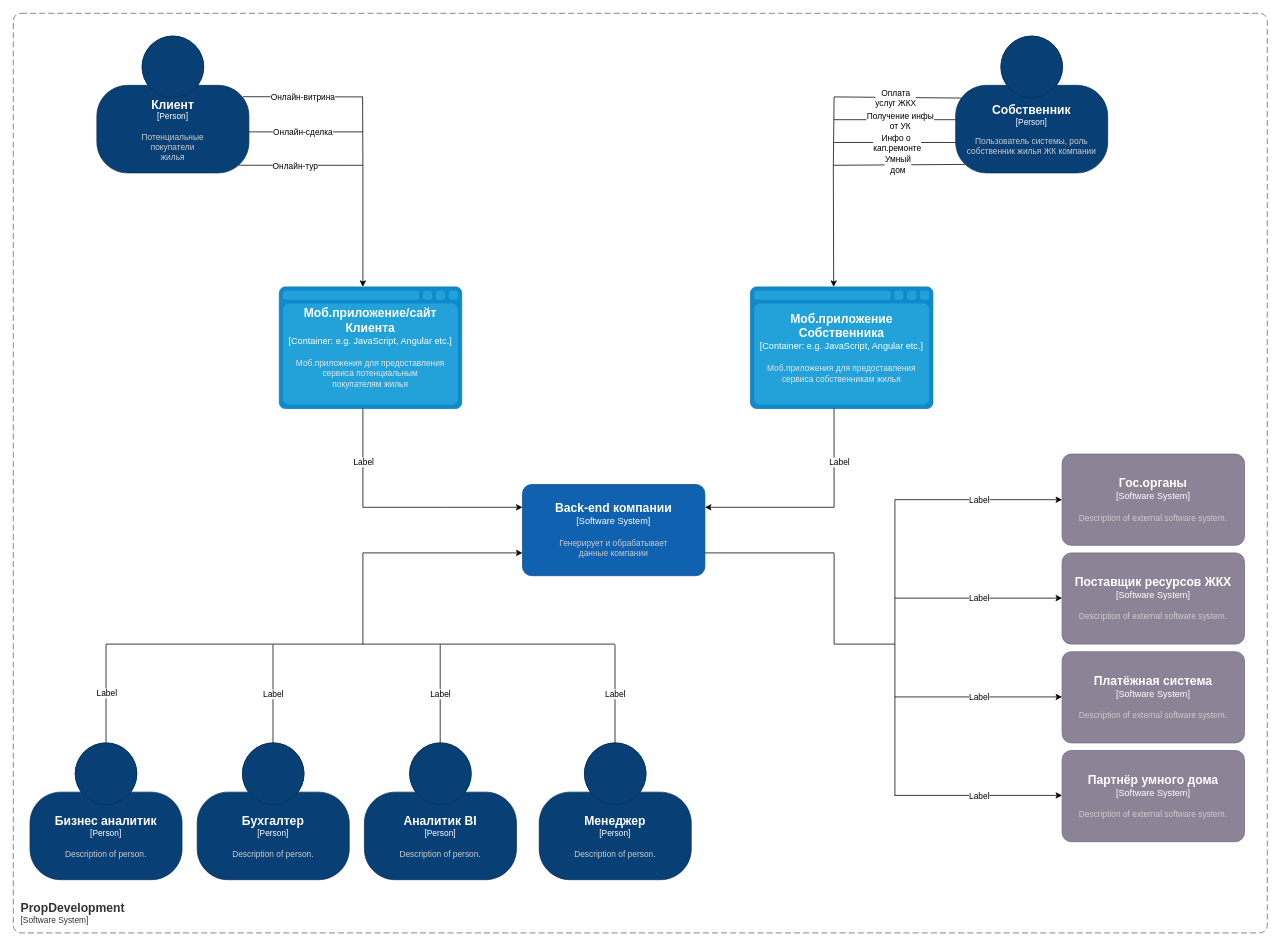
Earlier version of the draw.io diagram Task3/C4_context.drawio (baidinvladislav/architecture-sprint-7). Source tidied: cells renumbered, new cells numbered last; positions are measured from the earlier drawing's top-left corner, leaving out a move shared by most shapes. Both pictures are drawn from the tidied source at 76%, with x=0, y=0 at pixel (13, 13).
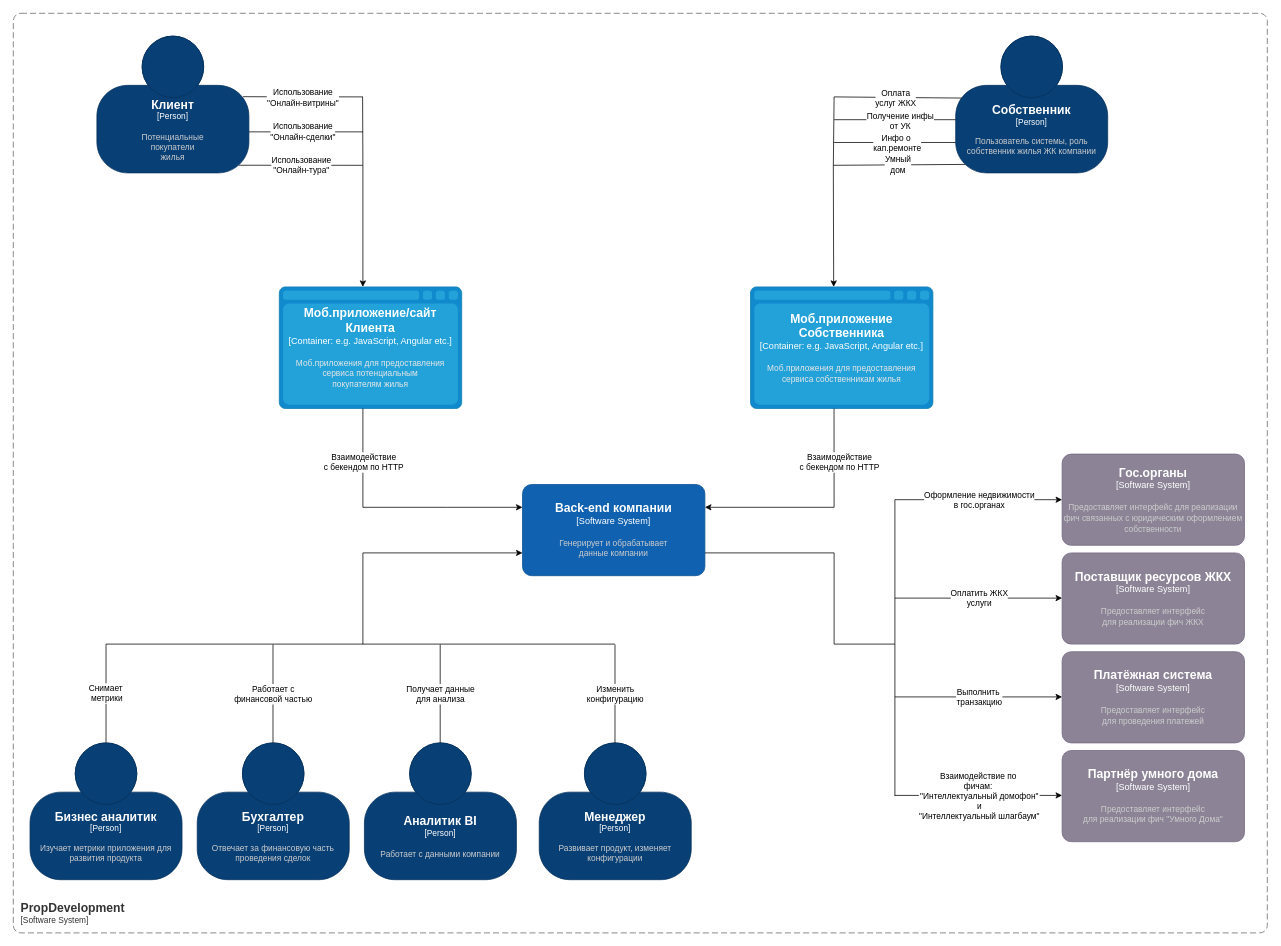
The same diagram, later.

Unchanged cells that the change refers to:
```xml
<mxCell id="33" style="endArrow=classic;html=1;rounded=0;entryX=1;entryY=0.25;entryDx=0;entryDy=0;entryPerimeter=0;exitX=0.458;exitY=1;exitDx=0;exitDy=0;exitPerimeter=0;" parent="1" edge="1" source="10" target="8">
  <mxGeometry relative="1" as="geometry">
    <Array as="points">
      <mxPoint x="1080" y="650" />
    </Array>
  </mxGeometry>
</mxCell>
<mxCell id="35" style="endArrow=classic;html=1;rounded=0;" parent="1" edge="1">
  <mxGeometry relative="1" as="geometry">
    <mxPoint x="460" y="520" as="sourcePoint" />
    <mxPoint x="670" y="650" as="targetPoint" />
    <Array as="points">
      <mxPoint x="460" y="650" />
      <mxPoint x="570" y="650" />
    </Array>
  </mxGeometry>
</mxCell>
<mxCell id="39" style="endArrow=classic;html=1;rounded=0;entryX=0;entryY=0.5;entryDx=0;entryDy=0;entryPerimeter=0;" parent="1" edge="1" target="11">
  <mxGeometry relative="1" as="geometry">
    <mxPoint x="1160" y="640" as="sourcePoint" />
  </mxGeometry>
</mxCell>
<mxCell id="41" style="endArrow=classic;html=1;rounded=0;entryX=0;entryY=0.5;entryDx=0;entryDy=0;entryPerimeter=0;" parent="1" edge="1">
  <mxGeometry relative="1" as="geometry">
    <mxPoint x="1160" y="1029.1" as="sourcePoint" />
    <mxPoint x="1380" y="1029.1" as="targetPoint" />
  </mxGeometry>
</mxCell>
<mxCell id="43" style="endArrow=classic;html=1;rounded=0;entryX=0;entryY=0.5;entryDx=0;entryDy=0;entryPerimeter=0;" parent="1" edge="1">
  <mxGeometry relative="1" as="geometry">
    <mxPoint x="1160" y="899.5" as="sourcePoint" />
    <mxPoint x="1380" y="899.5" as="targetPoint" />
  </mxGeometry>
</mxCell>
<mxCell id="45" style="endArrow=classic;html=1;rounded=0;entryX=0;entryY=0.5;entryDx=0;entryDy=0;entryPerimeter=0;" parent="1" edge="1">
  <mxGeometry relative="1" as="geometry">
    <mxPoint x="1160" y="769.5" as="sourcePoint" />
    <mxPoint x="1380" y="769.5" as="targetPoint" />
  </mxGeometry>
</mxCell>
<mxCell id="48" style="endArrow=none;html=1;rounded=0;startFill=0;" parent="1" edge="1">
  <mxGeometry relative="1" as="geometry">
    <mxPoint x="122" y="959.4" as="sourcePoint" />
    <mxPoint x="122" y="830" as="targetPoint" />
  </mxGeometry>
</mxCell>
<mxCell id="50" style="endArrow=none;html=1;rounded=0;startFill=0;" parent="1" edge="1">
  <mxGeometry relative="1" as="geometry">
    <mxPoint x="341.7" y="960" as="sourcePoint" />
    <mxPoint x="341.7" y="830.6" as="targetPoint" />
  </mxGeometry>
</mxCell>
<mxCell id="52" style="endArrow=none;html=1;rounded=0;startFill=0;" parent="1" edge="1">
  <mxGeometry relative="1" as="geometry">
    <mxPoint x="561.7" y="960" as="sourcePoint" />
    <mxPoint x="561.7" y="830.6" as="targetPoint" />
  </mxGeometry>
</mxCell>
<mxCell id="54" style="endArrow=none;html=1;rounded=0;startFill=0;" parent="1" edge="1">
  <mxGeometry relative="1" as="geometry">
    <mxPoint x="791.7" y="960" as="sourcePoint" />
    <mxPoint x="791.7" y="830.6" as="targetPoint" />
  </mxGeometry>
</mxCell>
```

What changed in the source:
```diff
@@
-    <object id="2" label="&lt;font style=&quot;font-size: 16px&quot;&gt;&lt;b&gt;%c4Name%&lt;/b&gt;&lt;/font&gt;&lt;div&gt;[%c4Type%]&lt;/div&gt;&lt;br&gt;&lt;div&gt;&lt;font style=&quot;font-size: 11px&quot;&gt;&lt;font color=&quot;#cccccc&quot;&gt;%c4Description%&lt;/font&gt;&lt;/div&gt;" c4Description="Description of person." c4Name="Бизнес аналитик" c4Type="Person" placeholders="1">
+    <object id="2" label="&lt;font style=&quot;font-size: 16px&quot;&gt;&lt;b&gt;%c4Name%&lt;/b&gt;&lt;/font&gt;&lt;div&gt;[%c4Type%]&lt;/div&gt;&lt;br&gt;&lt;div&gt;&lt;font style=&quot;font-size: 11px&quot;&gt;&lt;font color=&quot;#cccccc&quot;&gt;%c4Description%&lt;/font&gt;&lt;/div&gt;" c4Description="Изучает метрики приложения для развития продукта" c4Name="Бизнес аналитик" c4Type="Person" placeholders="1">
       <mxCell style="html=1;fontSize=11;dashed=0;whiteSpace=wrap;fillColor=#083F75;strokeColor=#06315C;fontColor=#ffffff;shape=mxgraph.c4.person2;align=center;" parent="1" vertex="1">
         <mxGeometry x="22" y="960" width="200" height="180" as="geometry" />
       </mxCell>
     </object>
-    <object id="3" label="&lt;font style=&quot;font-size: 16px&quot;&gt;&lt;b&gt;%c4Name%&lt;/b&gt;&lt;/font&gt;&lt;div&gt;[%c4Type%]&lt;/div&gt;&lt;br&gt;&lt;div&gt;&lt;font style=&quot;font-size: 11px&quot;&gt;&lt;font color=&quot;#cccccc&quot;&gt;%c4Description%&lt;/font&gt;&lt;/div&gt;" c4Description="Description of person." c4Name="Бухгалтер" c4Type="Person" placeholders="1">
+    <object id="3" label="&lt;font style=&quot;font-size: 16px&quot;&gt;&lt;b&gt;%c4Name%&lt;/b&gt;&lt;/font&gt;&lt;div&gt;[%c4Type%]&lt;/div&gt;&lt;br&gt;&lt;div&gt;&lt;font style=&quot;font-size: 11px&quot;&gt;&lt;font color=&quot;#cccccc&quot;&gt;%c4Description%&lt;/font&gt;&lt;/div&gt;" c4Description="Отвечает за финансовую часть проведения сделок" c4Name="Бухгалтер" c4Type="Person" placeholders="1">
       <mxCell style="html=1;fontSize=11;dashed=0;whiteSpace=wrap;fillColor=#083F75;strokeColor=#06315C;fontColor=#ffffff;shape=mxgraph.c4.person2;align=center;" parent="1" vertex="1">
         <mxGeometry x="242" y="960" width="200" height="180" as="geometry" />
       </mxCell>
     </object>
-    <object id="4" label="&lt;font style=&quot;font-size: 16px&quot;&gt;&lt;b&gt;%c4Name%&lt;/b&gt;&lt;/font&gt;&lt;div&gt;[%c4Type%]&lt;/div&gt;&lt;br&gt;&lt;div&gt;&lt;font style=&quot;font-size: 11px&quot;&gt;&lt;font color=&quot;#cccccc&quot;&gt;%c4Description%&lt;/font&gt;&lt;/div&gt;" c4Description="Description of person." c4Name="Аналитик BI" c4Type="Person" placeholders="1">
+    <object id="4" label="&lt;font style=&quot;font-size: 16px&quot;&gt;&lt;b&gt;%c4Name%&lt;/b&gt;&lt;/font&gt;&lt;div&gt;[%c4Type%]&lt;/div&gt;&lt;br&gt;&lt;div&gt;&lt;font style=&quot;font-size: 11px&quot;&gt;&lt;font color=&quot;#cccccc&quot;&gt;%c4Description%&lt;/font&gt;&lt;/div&gt;" c4Description="Работает с данными компании" c4Name="Аналитик BI" c4Type="Person" placeholders="1">
       <mxCell style="html=1;fontSize=11;dashed=0;whiteSpace=wrap;fillColor=#083F75;strokeColor=#06315C;fontColor=#ffffff;shape=mxgraph.c4.person2;align=center;" parent="1" vertex="1">
         <mxGeometry x="462" y="960" width="200" height="180" as="geometry" />
       </mxCell>
     </object>
-    <object id="5" label="&lt;font style=&quot;font-size: 16px&quot;&gt;&lt;b&gt;%c4Name%&lt;/b&gt;&lt;/font&gt;&lt;div&gt;[%c4Type%]&lt;/div&gt;&lt;br&gt;&lt;div&gt;&lt;font style=&quot;font-size: 11px&quot;&gt;&lt;font color=&quot;#cccccc&quot;&gt;%c4Description%&lt;/font&gt;&lt;/div&gt;" c4Description="Description of person." c4Name="Менеджер" c4Type="Person" placeholders="1">
+    <object id="5" label="&lt;font style=&quot;font-size: 16px&quot;&gt;&lt;b&gt;%c4Name%&lt;/b&gt;&lt;/font&gt;&lt;div&gt;[%c4Type%]&lt;/div&gt;&lt;br&gt;&lt;div&gt;&lt;font style=&quot;font-size: 11px&quot;&gt;&lt;font color=&quot;#cccccc&quot;&gt;%c4Description%&lt;/font&gt;&lt;/div&gt;" c4Description="Развивает продукт, изменяет конфигурации" c4Name="Менеджер" c4Type="Person" placeholders="1">
       <mxCell style="html=1;fontSize=11;dashed=0;whiteSpace=wrap;fillColor=#083F75;strokeColor=#06315C;fontColor=#ffffff;shape=mxgraph.c4.person2;align=center;" parent="1" vertex="1">
         <mxGeometry x="692" y="960" width="200" height="180" as="geometry" />
       </mxCell>
     </object>
@@
-    <object id="11" label="&lt;font style=&quot;font-size: 16px&quot;&gt;&lt;b&gt;%c4Name%&lt;/b&gt;&lt;/font&gt;&lt;div&gt;[%c4Type%]&lt;/div&gt;&lt;br&gt;&lt;div&gt;&lt;font style=&quot;font-size: 11px&quot;&gt;&lt;font color=&quot;#cccccc&quot;&gt;%c4Description%&lt;/font&gt;&lt;/div&gt;" c4Description="Description of external software system." c4Name="Гос.органы" c4Type="Software System" placeholders="1">
+    <object id="11" label="&lt;font style=&quot;font-size: 16px&quot;&gt;&lt;b&gt;%c4Name%&lt;/b&gt;&lt;/font&gt;&lt;div&gt;[%c4Type%]&lt;/div&gt;&lt;br&gt;&lt;div&gt;&lt;font style=&quot;font-size: 11px&quot;&gt;&lt;font color=&quot;#cccccc&quot;&gt;%c4Description%&lt;/font&gt;&lt;/div&gt;" c4Description="Предоставляет интерфейс для реализации фич связанных с юридическим оформлением собственности " c4Name="Гос.органы" c4Type="Software System" placeholders="1">
       <mxCell style="rounded=1;whiteSpace=wrap;html=1;labelBackgroundColor=none;fillColor=#8C8496;fontColor=#ffffff;align=center;arcSize=10;strokeColor=#736782;points=[[0.25,0,0],[0.5,0,0],[0.75,0,0],[1,0.25,0],[1,0.5,0],[1,0.75,0],[0.75,1,0],[0.5,1,0],[0.25,1,0],[0,0.75,0],[0,0.5,0],[0,0.25,0]];" parent="1" vertex="1">
         <mxGeometry x="1380" y="580" width="240" height="120" as="geometry" />
       </mxCell>
     </object>
-    <object id="12" label="&lt;font style=&quot;font-size: 16px&quot;&gt;&lt;b&gt;%c4Name%&lt;/b&gt;&lt;/font&gt;&lt;div&gt;[%c4Type%]&lt;/div&gt;&lt;br&gt;&lt;div&gt;&lt;font style=&quot;font-size: 11px&quot;&gt;&lt;font color=&quot;#cccccc&quot;&gt;%c4Description%&lt;/font&gt;&lt;/div&gt;" c4Description="Description of external software system." c4Name="Поставщик ресурсов ЖКХ" c4Type="Software System" placeholders="1">
+    <object id="12" label="&lt;font style=&quot;font-size: 16px&quot;&gt;&lt;b&gt;%c4Name%&lt;/b&gt;&lt;/font&gt;&lt;div&gt;[%c4Type%]&lt;/div&gt;&lt;br&gt;&lt;div&gt;&lt;font style=&quot;font-size: 11px&quot;&gt;&lt;font color=&quot;#cccccc&quot;&gt;%c4Description%&lt;/font&gt;&lt;/div&gt;" c4Description="Предоставляет интерфейс &#10;для реализации фич ЖКХ" c4Name="Поставщик ресурсов ЖКХ" c4Type="Software System" placeholders="1">
       <mxCell style="rounded=1;whiteSpace=wrap;html=1;labelBackgroundColor=none;fillColor=#8C8496;fontColor=#ffffff;align=center;arcSize=10;strokeColor=#736782;" parent="1" vertex="1">
         <mxGeometry x="1380" y="710" width="240" height="120" as="geometry" />
       </mxCell>
     </object>
-    <object id="13" label="&lt;font style=&quot;font-size: 16px&quot;&gt;&lt;b&gt;%c4Name%&lt;/b&gt;&lt;/font&gt;&lt;div&gt;[%c4Type%]&lt;/div&gt;&lt;br&gt;&lt;div&gt;&lt;font style=&quot;font-size: 11px&quot;&gt;&lt;font color=&quot;#cccccc&quot;&gt;%c4Description%&lt;/font&gt;&lt;/div&gt;" c4Description="Description of external software system." c4Name="Платёжная система" c4Type="Software System" placeholders="1">
+    <object id="13" label="&lt;font style=&quot;font-size: 16px&quot;&gt;&lt;b&gt;%c4Name%&lt;/b&gt;&lt;/font&gt;&lt;div&gt;[%c4Type%]&lt;/div&gt;&lt;br&gt;&lt;div&gt;&lt;font style=&quot;font-size: 11px&quot;&gt;&lt;font color=&quot;#cccccc&quot;&gt;%c4Description%&lt;/font&gt;&lt;/div&gt;" c4Description="Предоставляет интерфейс &#10;для проведения платежей" c4Name="Платёжная система" c4Type="Software System" placeholders="1">
       <mxCell style="rounded=1;whiteSpace=wrap;html=1;labelBackgroundColor=none;fillColor=#8C8496;fontColor=#ffffff;align=center;arcSize=10;strokeColor=#736782;" parent="1" vertex="1">
         <mxGeometry x="1380" y="840" width="240" height="120" as="geometry" />
       </mxCell>
     </object>
-    <object id="14" label="&lt;font style=&quot;font-size: 16px&quot;&gt;&lt;b&gt;%c4Name%&lt;/b&gt;&lt;/font&gt;&lt;div&gt;[%c4Type%]&lt;/div&gt;&lt;br&gt;&lt;div&gt;&lt;font style=&quot;font-size: 11px&quot;&gt;&lt;font color=&quot;#cccccc&quot;&gt;%c4Description%&lt;/font&gt;&lt;/div&gt;" c4Description="Description of external software system." c4Name="Партнёр умного дома" c4Type="Software System" placeholders="1">
+    <object id="14" label="&lt;font style=&quot;font-size: 16px&quot;&gt;&lt;b&gt;%c4Name%&lt;/b&gt;&lt;/font&gt;&lt;div&gt;[%c4Type%]&lt;/div&gt;&lt;br&gt;&lt;div&gt;&lt;font style=&quot;font-size: 11px&quot;&gt;&lt;font color=&quot;#cccccc&quot;&gt;%c4Description%&lt;/font&gt;&lt;/div&gt;" c4Description="Предоставляет интерфейс &#10;для реализации фич &quot;Умного Дома&quot;" c4Name="Партнёр умного дома" c4Type="Software System" placeholders="1">
       <mxCell style="rounded=1;whiteSpace=wrap;html=1;labelBackgroundColor=none;fillColor=#8C8496;fontColor=#ffffff;align=center;arcSize=10;strokeColor=#736782;" parent="1" vertex="1">
         <mxGeometry x="1380" y="970" width="240" height="120" as="geometry" />
       </mxCell>
     </object>
@@
-    <mxCell id="20" value="Онлайн-сделка" style="edgeLabel;html=1;align=center;verticalAlign=middle;" parent="1" vertex="1">
+    <mxCell id="20" value="Использование&lt;br&gt;&quot;Онлайн-сделки&quot;" style="edgeLabel;html=1;align=center;verticalAlign=middle;" parent="1" vertex="1">
       <mxGeometry x="380" y="155" as="geometry" />
     </mxCell>
-    <mxCell id="21" value="Онлайн-тур" style="edgeLabel;html=1;align=center;verticalAlign=middle;" parent="1" vertex="1">
-      <mxGeometry x="370" y="200" as="geometry" />
+    <mxCell id="21" value="Использование&lt;br&gt;&quot;Онлайн-тура&quot;" style="edgeLabel;html=1;align=center;verticalAlign=middle;" parent="1" vertex="1">
+      <mxGeometry x="370" y="200" as="geometry">
+        <mxPoint x="8" y="-1" as="offset" />
+      </mxGeometry>
     </mxCell>
-    <mxCell id="22" value="Онлайн-витрина" style="edgeLabel;html=1;align=center;verticalAlign=middle;" parent="1" vertex="1">
+    <mxCell id="22" value="Использование&lt;br&gt;&quot;Онлайн-витрины&quot;" style="edgeLabel;html=1;align=center;verticalAlign=middle;" parent="1" vertex="1">
       <mxGeometry x="380" y="110" as="geometry" />
     </mxCell>
@@
-    <mxCell id="34" value="Label" style="edgeLabel;html=1;align=center;verticalAlign=middle;" parent="33" vertex="1">
+    <mxCell id="34" value="Взаимодействие&lt;br&gt;с бекендом по HTTP" style="edgeLabel;html=1;align=center;verticalAlign=middle;" parent="33" vertex="1">
       <mxGeometry relative="1" as="geometry">
         <mxPoint x="26" y="-60" as="offset" />
       </mxGeometry>
     </mxCell>
@@
-    <mxCell id="36" value="Label" style="edgeLabel;html=1;align=center;verticalAlign=middle;" parent="35" vertex="1">
+    <mxCell id="36" value="Взаимодействие &lt;br&gt;с бекендом по HTTP" style="edgeLabel;html=1;align=center;verticalAlign=middle;" parent="35" vertex="1">
       <mxGeometry relative="1" as="geometry">
         <mxPoint x="-40" y="-60" as="offset" />
       </mxGeometry>
     </mxCell>
@@
-    <mxCell id="40" value="Label" style="edgeLabel;html=1;align=center;verticalAlign=middle;" parent="39" vertex="1">
+    <mxCell id="40" value="Оформление недвижимости&lt;br&gt;в гос.органах" style="edgeLabel;html=1;align=center;verticalAlign=middle;" parent="39" vertex="1">
       <mxGeometry relative="1" as="geometry" />
     </mxCell>
@@
-    <mxCell id="42" value="Label" style="edgeLabel;html=1;align=center;verticalAlign=middle;" parent="41" vertex="1">
+    <mxCell id="42" value="Взаимодействие по&amp;nbsp;&lt;br&gt;фичам:&amp;nbsp;&lt;br&gt;&quot;Интеллектуальный домофон&quot;&lt;br&gt;и&lt;br&gt;&quot;Интеллектуальный шлагбаум&quot;" style="edgeLabel;html=1;align=center;verticalAlign=middle;" parent="41" vertex="1">
       <mxGeometry relative="1" as="geometry" />
     </mxCell>
@@
-    <mxCell id="44" value="Label" style="edgeLabel;html=1;align=center;verticalAlign=middle;" parent="43" vertex="1">
+    <mxCell id="44" value="Выполнить&amp;nbsp;&lt;br&gt;транзакцию" style="edgeLabel;html=1;align=center;verticalAlign=middle;" parent="43" vertex="1">
       <mxGeometry relative="1" as="geometry" />
     </mxCell>
@@
-    <mxCell id="46" value="Label" style="edgeLabel;html=1;align=center;verticalAlign=middle;" parent="45" vertex="1">
+    <mxCell id="46" value="Оплатить ЖКХ&lt;br&gt;услуги" style="edgeLabel;html=1;align=center;verticalAlign=middle;" parent="45" vertex="1">
       <mxGeometry relative="1" as="geometry" />
     </mxCell>
@@
-    <mxCell id="49" value="Label" style="edgeLabel;html=1;align=center;verticalAlign=middle;" parent="48" vertex="1">
+    <mxCell id="49" value="Снимает&amp;nbsp;&lt;br&gt;метрики" style="edgeLabel;html=1;align=center;verticalAlign=middle;" parent="48" vertex="1">
       <mxGeometry relative="1" as="geometry" />
     </mxCell>
@@
-    <mxCell id="51" value="Label" style="edgeLabel;html=1;align=center;verticalAlign=middle;" parent="50" vertex="1">
+    <mxCell id="51" value="Работает с &lt;br&gt;финансовой частью" style="edgeLabel;html=1;align=center;verticalAlign=middle;" parent="50" vertex="1">
       <mxGeometry relative="1" as="geometry" />
     </mxCell>
@@
-    <mxCell id="53" value="Label" style="edgeLabel;html=1;align=center;verticalAlign=middle;" parent="52" vertex="1">
+    <mxCell id="53" value="Получает данные &lt;br&gt;для анализа" style="edgeLabel;html=1;align=center;verticalAlign=middle;" parent="52" vertex="1">
       <mxGeometry relative="1" as="geometry" />
     </mxCell>
@@
-    <mxCell id="55" value="Label" style="edgeLabel;html=1;align=center;verticalAlign=middle;" parent="54" vertex="1">
+    <mxCell id="55" value="Изменить &lt;br&gt;конфигурацию" style="edgeLabel;html=1;align=center;verticalAlign=middle;" parent="54" vertex="1">
       <mxGeometry relative="1" as="geometry" />
     </mxCell>
```
